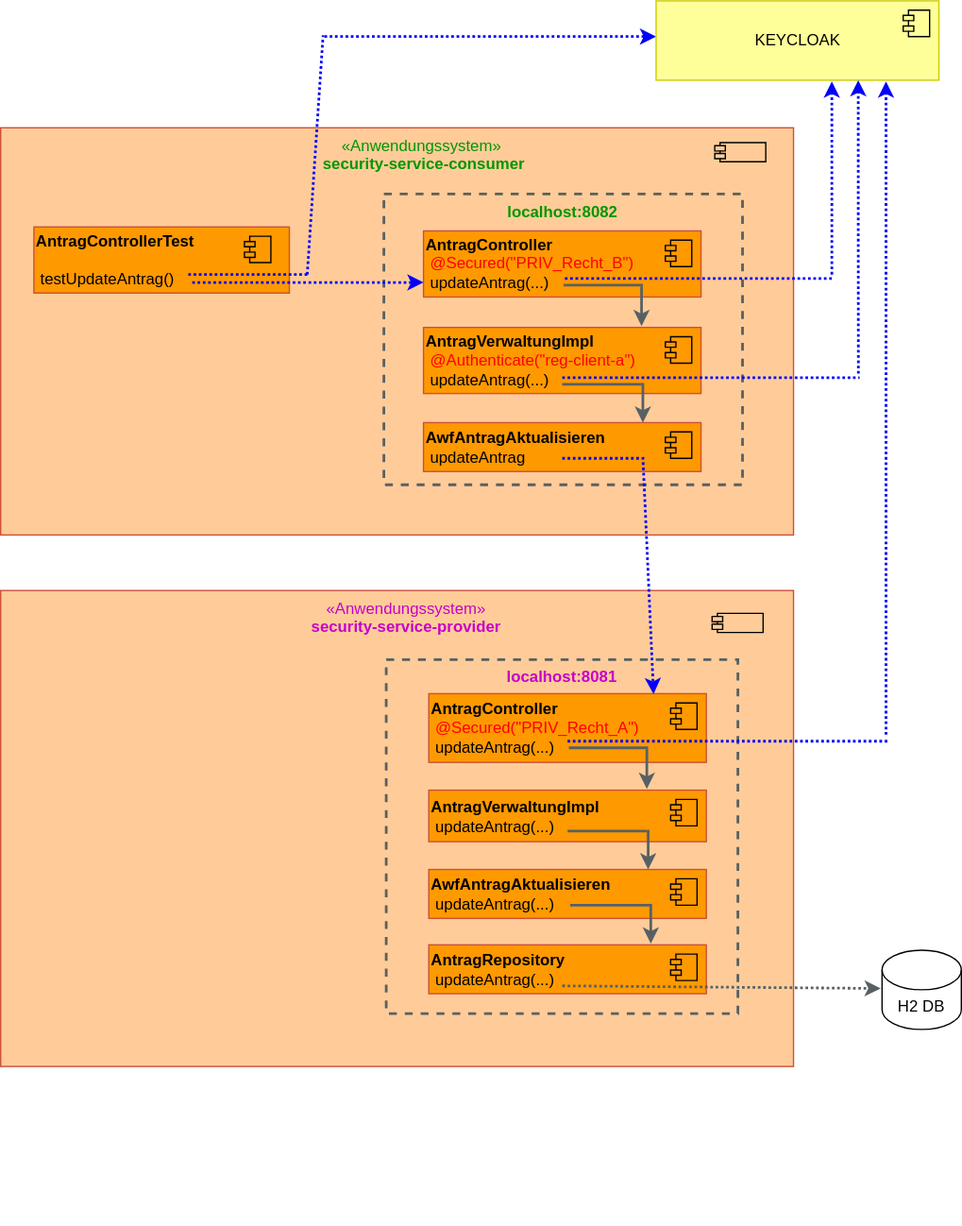
Above: isyfact-standards-referenzimplementierung-doc/src/doc/antora/modules/security/ref-impl-security-call-hierarchy.svg in IsyFact/isyfact-standards-referenzimplementierung (draw.io), before the change. Source tidied: cells renumbered, new cells last; positions are measured from the earlier drawing's top-left corner, leaving out a move shared by most shapes.
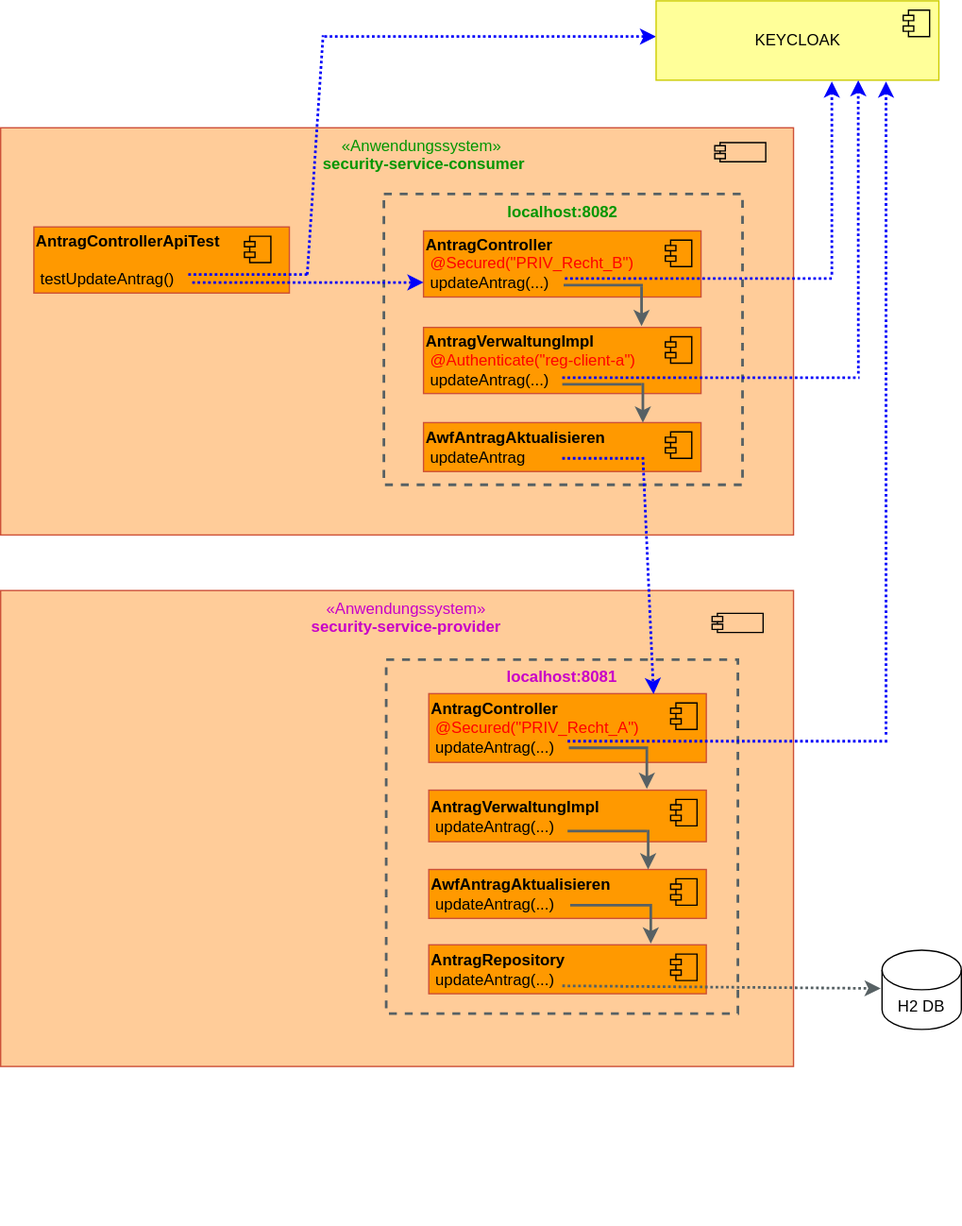
The same diagram one commit later.

Commit message:
docs: IFS-3918 reworked documentation according to review comments

Change to the diagram source:
```diff
@@ -27,7 +27,7 @@
         <mxPoint x="-27" y="7" as="offset" />
       </mxGeometry>
     </mxCell>
-    <mxCell id="9" value="&lt;b&gt;AntragControllerTest&lt;/b&gt;&lt;b style=&quot;background-color: initial;&quot;&gt;&amp;nbsp;&lt;br&gt;&lt;br&gt;&lt;/b&gt;&lt;div&gt;&lt;div&gt;&amp;nbsp;testU&lt;span style=&quot;background-color: initial;&quot;&gt;pdateAntrag&lt;/span&gt;&lt;span style=&quot;background-color: initial;&quot;&gt;()&lt;/span&gt;&lt;/div&gt;&lt;/div&gt;" style="html=1;strokeColor=#CD5038;fillColor=#FF9900;align=left;" parent="1" vertex="1">
+    <mxCell id="9" value="&lt;b&gt;AntragControllerApiTest&lt;/b&gt;&lt;b style=&quot;background-color: initial;&quot;&gt;&amp;nbsp;&lt;br&gt;&lt;br&gt;&lt;/b&gt;&lt;div&gt;&lt;div&gt;&amp;nbsp;testU&lt;span style=&quot;background-color: initial;&quot;&gt;pdateAntrag&lt;/span&gt;&lt;span style=&quot;background-color: initial;&quot;&gt;()&lt;/span&gt;&lt;/div&gt;&lt;/div&gt;" style="html=1;strokeColor=#CD5038;fillColor=#FF9900;align=left;" parent="1" vertex="1">
       <mxGeometry x="25.2" y="171" width="193.3" height="50" as="geometry" />
     </mxCell>
     <mxCell id="10" style="shape=component;jettyWidth=8;jettyHeight=4;fillColor=none;strokeColor=#000000;" parent="9" vertex="1">
```
